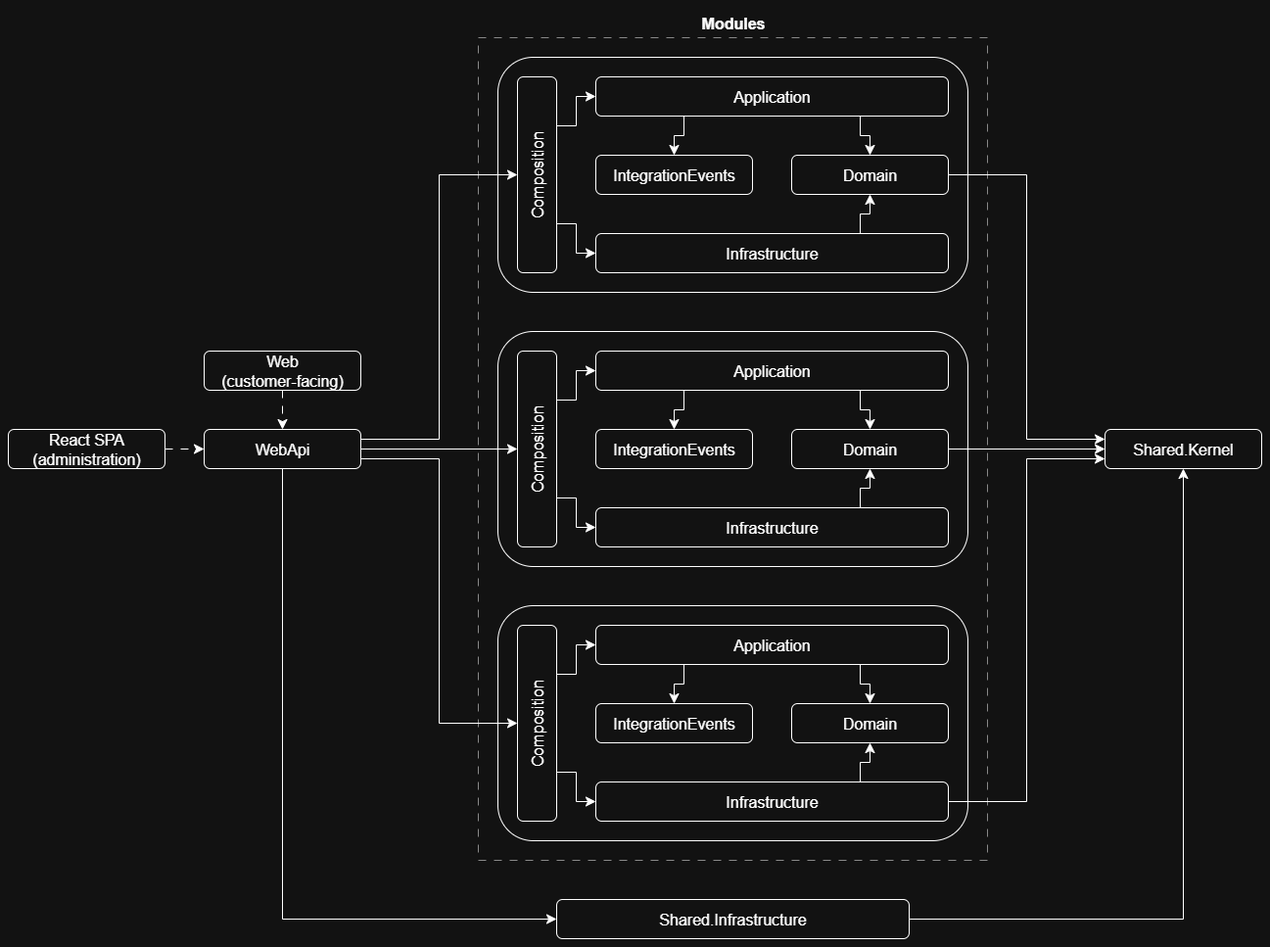
The draw.io diagram media/images/project-structure-overview.png in maqnitude/DepresStore, before a commit. Source tidied: cells renumbered, new cells last; positions are measured from the earlier drawing's top-left corner, leaving out a move shared by most shapes.
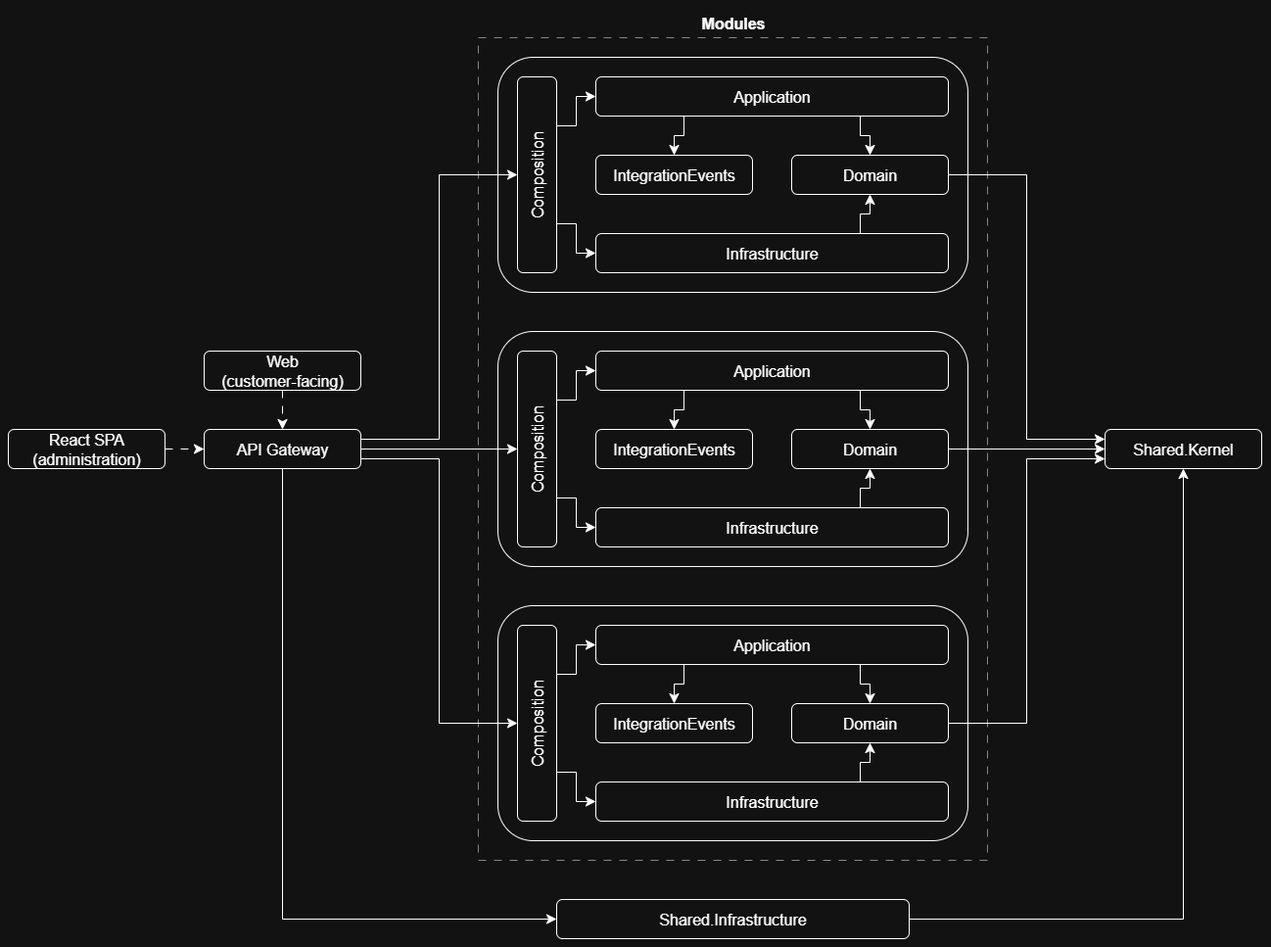
Later version of the same file.

What changed in the source:
```diff
@@ -41,7 +41,7 @@
     <mxCell id="14" style="edgeStyle=orthogonalEdgeStyle;rounded=0;jettySize=auto;html=1;exitX=1;exitY=0.25;exitDx=0;exitDy=0;entryX=0.5;entryY=0;entryDx=0;entryDy=0;endSize=8;startSize=8;" parent="1" edge="1" source="15" target="25">
       <mxGeometry relative="1" as="geometry" />
     </mxCell>
-    <mxCell id="15" value="WebApi" style="rounded=1;whiteSpace=wrap;html=1;fontSize=16;" parent="1" vertex="1">
+    <mxCell id="15" value="API Gateway" style="rounded=1;whiteSpace=wrap;html=1;fontSize=16;" parent="1" vertex="1">
       <mxGeometry x="200" y="430" width="160" height="40" as="geometry" />
     </mxCell>
     <mxCell id="16" style="edgeStyle=orthogonalEdgeStyle;rounded=0;jettySize=auto;html=1;exitX=1;exitY=0.5;exitDx=0;exitDy=0;entryX=0.5;entryY=1;entryDx=0;entryDy=0;fontSize=16;endSize=8;startSize=8;" parent="1" edge="1" source="17" target="12">
@@ -119,7 +119,7 @@
     <mxCell id="40" value="IntegrationEvents" style="rounded=1;whiteSpace=wrap;html=1;fontSize=16;" parent="1" vertex="1">
       <mxGeometry x="600" y="710" width="160" height="40" as="geometry" />
     </mxCell>
-    <mxCell id="41" style="edgeStyle=orthogonalEdgeStyle;rounded=0;jettySize=auto;html=1;exitX=1;exitY=0.5;exitDx=0;exitDy=0;entryX=0;entryY=0.75;entryDx=0;entryDy=0;fontSize=16;endSize=8;startSize=8;" parent="1" edge="1" source="43" target="12">
+    <mxCell id="41" style="edgeStyle=orthogonalEdgeStyle;rounded=0;jettySize=auto;html=1;exitX=1;exitY=0.5;exitDx=0;exitDy=0;entryX=0;entryY=0.75;entryDx=0;entryDy=0;fontSize=16;endSize=8;startSize=8;" parent="1" edge="1" source="39" target="12">
       <mxGeometry relative="1" as="geometry" />
     </mxCell>
     <mxCell id="42" style="edgeStyle=orthogonalEdgeStyle;rounded=0;jettySize=auto;html=1;exitX=0.75;exitY=0;exitDx=0;exitDy=0;entryX=0.5;entryY=1;entryDx=0;entryDy=0;endSize=8;startSize=8;" parent="1" edge="1" source="43" target="39">
```
